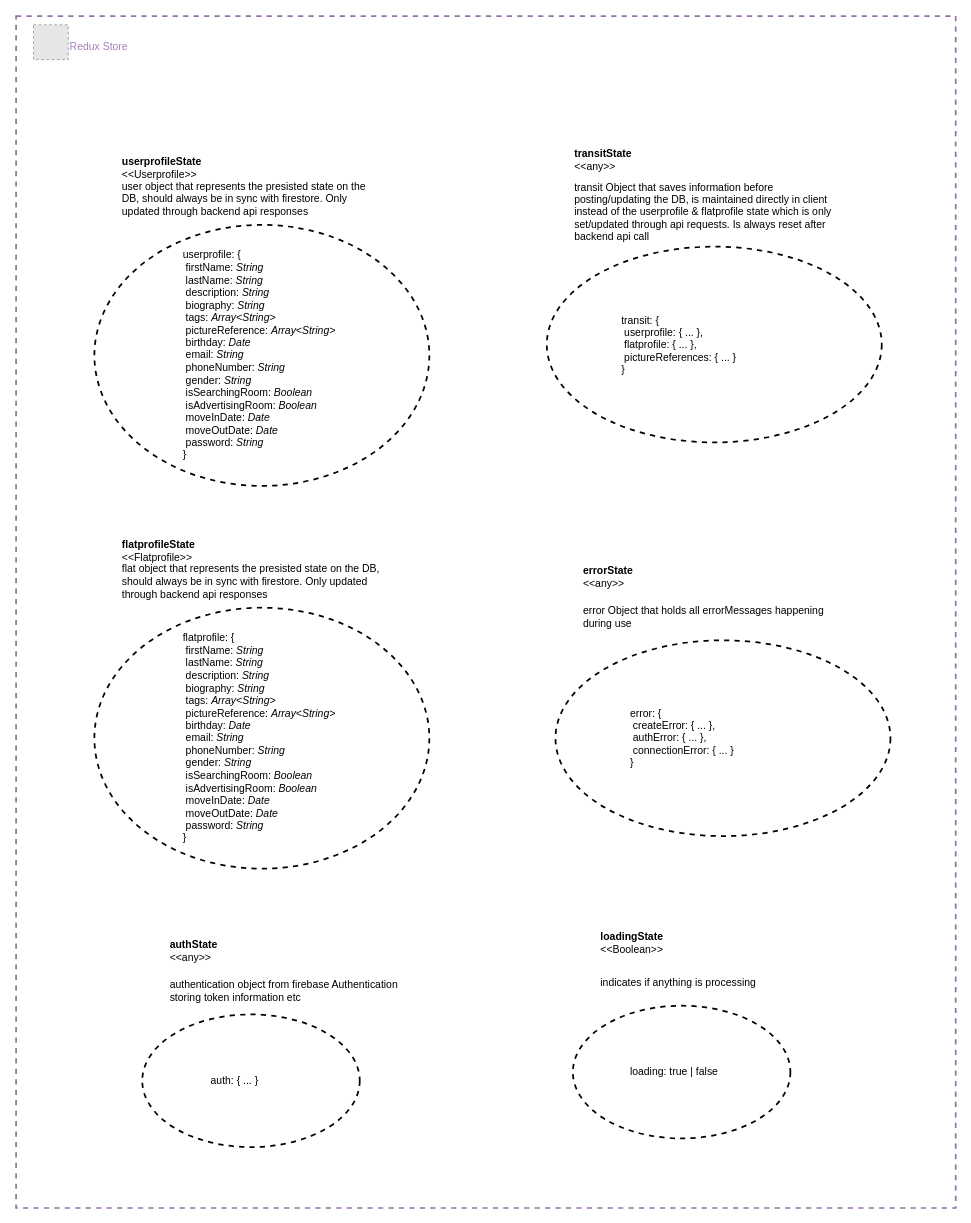
sopra-fs22-group-21/roomeight keeps this draw.io diagram as diagrams/reduxStore.drawio. Above is the earlier version. Source tidied: cells renumbered, new cells numbered last; positions are measured from the earlier drawing's top-left corner, leaving out a move shared by most shapes. Both pictures are drawn from the tidied source at 87%, with x=0, y=0 at pixel (16, 16). Pictures stored in the file or linked from it are replaced by grey dashed boxes.
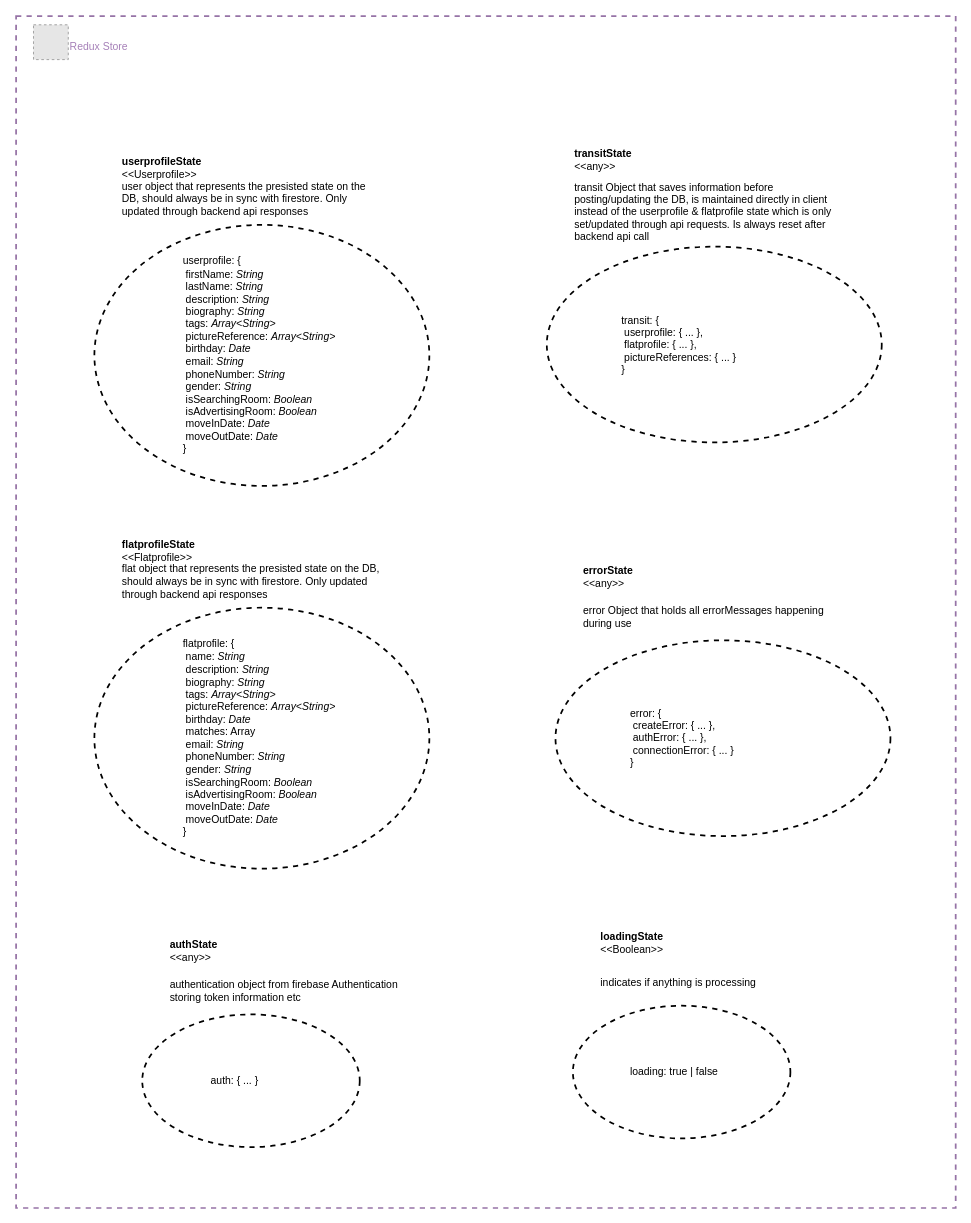
After the change.

Diff of the diagram source:
```diff
@@
-    <mxCell id="9" value="&lt;div align=&quot;left&quot;&gt;userprofile: {&lt;span&gt;&lt;/span&gt;&lt;br&gt;&lt;/div&gt;&lt;div align=&quot;left&quot;&gt;&lt;span style=&quot;white-space: pre&quot;&gt; &lt;/span&gt;firstName: &lt;i&gt;String&lt;/i&gt;&lt;/div&gt;&lt;div align=&quot;left&quot;&gt;&lt;span style=&quot;white-space: pre&quot;&gt; &lt;/span&gt;lastName: &lt;i&gt;String&lt;span&gt;&lt;/span&gt;&lt;/i&gt;&lt;br&gt;&lt;/div&gt;&lt;div align=&quot;left&quot;&gt;&lt;span style=&quot;white-space: pre&quot;&gt; &lt;/span&gt;description: &lt;i&gt;String&lt;/i&gt;&lt;/div&gt;&lt;div align=&quot;left&quot;&gt;&lt;span style=&quot;white-space: pre&quot;&gt; &lt;/span&gt;biography: &lt;i&gt;String&lt;/i&gt;&lt;/div&gt;&lt;div align=&quot;left&quot;&gt;&lt;span style=&quot;white-space: pre&quot;&gt; &lt;/span&gt;tags: &lt;i&gt;Array&amp;lt;String&amp;gt;&lt;/i&gt;&lt;/div&gt;&lt;div align=&quot;left&quot;&gt;&lt;span style=&quot;white-space: pre&quot;&gt; &lt;/span&gt;pictureReference: &lt;i&gt;Array&amp;lt;String&amp;gt;&lt;/i&gt;&lt;/div&gt;&lt;div align=&quot;left&quot;&gt;&lt;span style=&quot;white-space: pre&quot;&gt; &lt;/span&gt;birthday: &lt;i&gt;Date&lt;/i&gt;&lt;/div&gt;&lt;div align=&quot;left&quot;&gt;&lt;span style=&quot;white-space: pre&quot;&gt; &lt;/span&gt;email: &lt;i&gt;String&lt;/i&gt;&lt;/div&gt;&lt;div align=&quot;left&quot;&gt;&lt;span style=&quot;white-space: pre&quot;&gt; &lt;/span&gt;phoneNumber: &lt;i&gt;String&lt;/i&gt;&lt;/div&gt;&lt;div align=&quot;left&quot;&gt;&lt;span style=&quot;white-space: pre&quot;&gt; &lt;/span&gt;gender: &lt;i&gt;String&lt;/i&gt;&lt;/div&gt;&lt;div align=&quot;left&quot;&gt;&lt;span style=&quot;white-space: pre&quot;&gt; &lt;/span&gt;isSearchingRoom: &lt;i&gt;Boolean&lt;/i&gt;&lt;/div&gt;&lt;div align=&quot;left&quot;&gt;&lt;span style=&quot;white-space: pre&quot;&gt; &lt;/span&gt;isAdvertisingRoom: &lt;i&gt;Boolean&lt;/i&gt;&lt;/div&gt;&lt;div align=&quot;left&quot;&gt;&lt;span style=&quot;white-space: pre&quot;&gt; &lt;/span&gt;moveInDate: &lt;i&gt;Date&lt;/i&gt;&lt;/div&gt;&lt;div align=&quot;left&quot;&gt;&lt;span style=&quot;white-space: pre&quot;&gt; &lt;/span&gt;moveOutDate: &lt;i&gt;Date&lt;/i&gt;&lt;/div&gt;&lt;div align=&quot;left&quot;&gt;&lt;span style=&quot;white-space: pre&quot;&gt; &lt;/span&gt;password: &lt;i&gt;String&lt;/i&gt;&lt;br&gt;&lt;/div&gt;&lt;div align=&quot;left&quot;&gt;}&lt;/div&gt;" style="text;html=1;strokeColor=none;fillColor=none;align=left;verticalAlign=middle;whiteSpace=wrap;rounded=0;dashed=1;fontColor=#000000;" parent="1" vertex="1">
+    <mxCell id="9" value="&lt;div align=&quot;left&quot;&gt;userprofile: {&lt;span&gt;&lt;/span&gt;&lt;br&gt;&lt;/div&gt;&lt;div align=&quot;left&quot;&gt;&lt;span style=&quot;white-space: pre&quot;&gt; &lt;/span&gt;firstName: &lt;i&gt;String&lt;/i&gt;&lt;/div&gt;&lt;div align=&quot;left&quot;&gt;&lt;span style=&quot;white-space: pre&quot;&gt; &lt;/span&gt;lastName: &lt;i&gt;String&lt;span&gt;&lt;/span&gt;&lt;/i&gt;&lt;br&gt;&lt;/div&gt;&lt;div align=&quot;left&quot;&gt;&lt;span style=&quot;white-space: pre&quot;&gt; &lt;/span&gt;description: &lt;i&gt;String&lt;/i&gt;&lt;/div&gt;&lt;div align=&quot;left&quot;&gt;&lt;span style=&quot;white-space: pre&quot;&gt; &lt;/span&gt;biography: &lt;i&gt;String&lt;/i&gt;&lt;/div&gt;&lt;div align=&quot;left&quot;&gt;&lt;span style=&quot;white-space: pre&quot;&gt; &lt;/span&gt;tags: &lt;i&gt;Array&amp;lt;String&amp;gt;&lt;/i&gt;&lt;/div&gt;&lt;div align=&quot;left&quot;&gt;&lt;span style=&quot;white-space: pre&quot;&gt; &lt;/span&gt;pictureReference: &lt;i&gt;Array&amp;lt;String&amp;gt;&lt;/i&gt;&lt;/div&gt;&lt;div align=&quot;left&quot;&gt;&lt;span style=&quot;white-space: pre&quot;&gt; &lt;/span&gt;birthday: &lt;i&gt;Date&lt;/i&gt;&lt;/div&gt;&lt;div align=&quot;left&quot;&gt;&lt;span style=&quot;white-space: pre&quot;&gt; &lt;/span&gt;email: &lt;i&gt;String&lt;/i&gt;&lt;/div&gt;&lt;div align=&quot;left&quot;&gt;&lt;span style=&quot;white-space: pre&quot;&gt; &lt;/span&gt;phoneNumber: &lt;i&gt;String&lt;/i&gt;&lt;/div&gt;&lt;div align=&quot;left&quot;&gt;&lt;span style=&quot;white-space: pre&quot;&gt; &lt;/span&gt;gender: &lt;i&gt;String&lt;/i&gt;&lt;/div&gt;&lt;div align=&quot;left&quot;&gt;&lt;span style=&quot;white-space: pre&quot;&gt; &lt;/span&gt;isSearchingRoom: &lt;i&gt;Boolean&lt;/i&gt;&lt;/div&gt;&lt;div align=&quot;left&quot;&gt;&lt;span style=&quot;white-space: pre&quot;&gt; &lt;/span&gt;isAdvertisingRoom: &lt;i&gt;Boolean&lt;/i&gt;&lt;/div&gt;&lt;div align=&quot;left&quot;&gt;&lt;span style=&quot;white-space: pre&quot;&gt; &lt;/span&gt;moveInDate: &lt;i&gt;Date&lt;/i&gt;&lt;/div&gt;&lt;div align=&quot;left&quot;&gt;&lt;span style=&quot;white-space: pre&quot;&gt; &lt;/span&gt;moveOutDate: &lt;i&gt;Date&lt;/i&gt;&lt;/div&gt;&lt;div align=&quot;left&quot;&gt;}&lt;/div&gt;" style="text;html=1;strokeColor=none;fillColor=none;align=left;verticalAlign=middle;whiteSpace=wrap;rounded=0;dashed=1;fontColor=#000000;" parent="1" vertex="1">
       <mxGeometry x="190" y="240" width="220" height="300" as="geometry" />
     </mxCell>
@@
-    <mxCell id="13" value="&lt;div align=&quot;left&quot;&gt;flatprofile: {&lt;span&gt;&lt;/span&gt;&lt;br&gt;&lt;/div&gt;&lt;div align=&quot;left&quot;&gt;&lt;span style=&quot;white-space: pre&quot;&gt; &lt;/span&gt;firstName: &lt;i&gt;String&lt;/i&gt;&lt;/div&gt;&lt;div align=&quot;left&quot;&gt;&lt;span style=&quot;white-space: pre&quot;&gt; &lt;/span&gt;lastName: &lt;i&gt;String&lt;span&gt;&lt;/span&gt;&lt;/i&gt;&lt;br&gt;&lt;/div&gt;&lt;div align=&quot;left&quot;&gt;&lt;span style=&quot;white-space: pre&quot;&gt; &lt;/span&gt;description: &lt;i&gt;String&lt;/i&gt;&lt;/div&gt;&lt;div align=&quot;left&quot;&gt;&lt;span style=&quot;white-space: pre&quot;&gt; &lt;/span&gt;biography: &lt;i&gt;String&lt;/i&gt;&lt;/div&gt;&lt;div align=&quot;left&quot;&gt;&lt;span style=&quot;white-space: pre&quot;&gt; &lt;/span&gt;tags: &lt;i&gt;Array&amp;lt;String&amp;gt;&lt;/i&gt;&lt;/div&gt;&lt;div align=&quot;left&quot;&gt;&lt;span style=&quot;white-space: pre&quot;&gt; &lt;/span&gt;pictureReference: &lt;i&gt;Array&amp;lt;String&amp;gt;&lt;/i&gt;&lt;/div&gt;&lt;div align=&quot;left&quot;&gt;&lt;span style=&quot;white-space: pre&quot;&gt; &lt;/span&gt;birthday: &lt;i&gt;Date&lt;/i&gt;&lt;/div&gt;&lt;div align=&quot;left&quot;&gt;&lt;span style=&quot;white-space: pre&quot;&gt; &lt;/span&gt;email: &lt;i&gt;String&lt;/i&gt;&lt;/div&gt;&lt;div align=&quot;left&quot;&gt;&lt;span style=&quot;white-space: pre&quot;&gt; &lt;/span&gt;phoneNumber: &lt;i&gt;String&lt;/i&gt;&lt;/div&gt;&lt;div align=&quot;left&quot;&gt;&lt;span style=&quot;white-space: pre&quot;&gt; &lt;/span&gt;gender: &lt;i&gt;String&lt;/i&gt;&lt;/div&gt;&lt;div align=&quot;left&quot;&gt;&lt;span style=&quot;white-space: pre&quot;&gt; &lt;/span&gt;isSearchingRoom: &lt;i&gt;Boolean&lt;/i&gt;&lt;/div&gt;&lt;div align=&quot;left&quot;&gt;&lt;span style=&quot;white-space: pre&quot;&gt; &lt;/span&gt;isAdvertisingRoom: &lt;i&gt;Boolean&lt;/i&gt;&lt;/div&gt;&lt;div align=&quot;left&quot;&gt;&lt;span style=&quot;white-space: pre&quot;&gt; &lt;/span&gt;moveInDate: &lt;i&gt;Date&lt;/i&gt;&lt;/div&gt;&lt;div align=&quot;left&quot;&gt;&lt;span style=&quot;white-space: pre&quot;&gt; &lt;/span&gt;moveOutDate: &lt;i&gt;Date&lt;/i&gt;&lt;/div&gt;&lt;div align=&quot;left&quot;&gt;&lt;span style=&quot;white-space: pre&quot;&gt; &lt;/span&gt;password: &lt;i&gt;String&lt;/i&gt;&lt;br&gt;&lt;/div&gt;&lt;div align=&quot;left&quot;&gt;}&lt;/div&gt;" style="text;html=1;strokeColor=none;fillColor=none;align=left;verticalAlign=middle;whiteSpace=wrap;rounded=0;dashed=1;fontColor=#000000;" parent="1" vertex="1">
+    <mxCell id="13" value="&lt;div align=&quot;left&quot;&gt;flatprofile: {&lt;span&gt;&lt;/span&gt;&lt;br&gt;&lt;/div&gt;&lt;div align=&quot;left&quot;&gt;&lt;span style=&quot;white-space: pre&quot;&gt; name&lt;/span&gt;: &lt;i&gt;String&lt;/i&gt;&lt;/div&gt;&lt;div align=&quot;left&quot;&gt;&lt;span style=&quot;white-space: pre&quot;&gt; &lt;/span&gt;description: &lt;i&gt;String&lt;/i&gt;&lt;/div&gt;&lt;div align=&quot;left&quot;&gt;&lt;span style=&quot;white-space: pre&quot;&gt; &lt;/span&gt;biography: &lt;i&gt;String&lt;/i&gt;&lt;/div&gt;&lt;div align=&quot;left&quot;&gt;&lt;span style=&quot;white-space: pre&quot;&gt; &lt;/span&gt;tags: &lt;i&gt;Array&amp;lt;String&amp;gt;&lt;/i&gt;&lt;/div&gt;&lt;div align=&quot;left&quot;&gt;&lt;span style=&quot;white-space: pre&quot;&gt; &lt;/span&gt;pictureReference: &lt;i&gt;Array&amp;lt;String&amp;gt;&lt;/i&gt;&lt;/div&gt;&lt;div align=&quot;left&quot;&gt;&lt;span style=&quot;white-space: pre&quot;&gt; &lt;/span&gt;birthday: &lt;i&gt;Date&lt;/i&gt;&lt;/div&gt;&lt;div align=&quot;left&quot;&gt;&amp;nbsp;matches: Array&lt;br&gt;&lt;/div&gt;&lt;div align=&quot;left&quot;&gt;&lt;span style=&quot;white-space: pre&quot;&gt; &lt;/span&gt;email: &lt;i&gt;String&lt;/i&gt;&lt;/div&gt;&lt;div align=&quot;left&quot;&gt;&lt;span style=&quot;white-space: pre&quot;&gt; &lt;/span&gt;phoneNumber: &lt;i&gt;String&lt;/i&gt;&lt;/div&gt;&lt;div align=&quot;left&quot;&gt;&lt;span style=&quot;white-space: pre&quot;&gt; &lt;/span&gt;gender: &lt;i&gt;String&lt;/i&gt;&lt;/div&gt;&lt;div align=&quot;left&quot;&gt;&lt;span style=&quot;white-space: pre&quot;&gt; &lt;/span&gt;isSearchingRoom: &lt;i&gt;Boolean&lt;/i&gt;&lt;/div&gt;&lt;div align=&quot;left&quot;&gt;&lt;span style=&quot;white-space: pre&quot;&gt; &lt;/span&gt;isAdvertisingRoom: &lt;i&gt;Boolean&lt;/i&gt;&lt;/div&gt;&lt;div align=&quot;left&quot;&gt;&lt;span style=&quot;white-space: pre&quot;&gt; &lt;/span&gt;moveInDate: &lt;i&gt;Date&lt;/i&gt;&lt;/div&gt;&lt;div align=&quot;left&quot;&gt;&lt;span style=&quot;white-space: pre&quot;&gt; &lt;/span&gt;moveOutDate: &lt;i&gt;Date&lt;/i&gt;&lt;/div&gt;&lt;div align=&quot;left&quot;&gt;}&lt;/div&gt;" style="text;html=1;strokeColor=none;fillColor=none;align=left;verticalAlign=middle;whiteSpace=wrap;rounded=0;dashed=1;fontColor=#000000;" parent="1" vertex="1">
       <mxGeometry x="190" y="680" width="220" height="300" as="geometry" />
     </mxCell>
```
